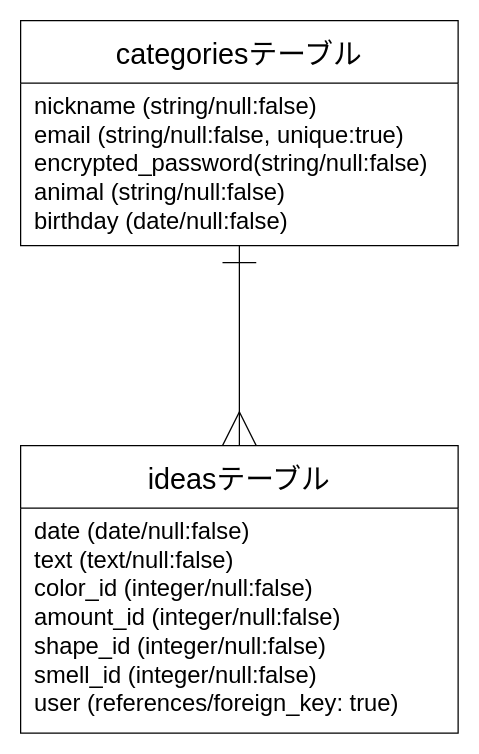
The draw.io diagram ideas.dio in JuntOta/ideas, before the edit. Source tidied: cells renumbered, new cells numbered last; positions are measured from the earlier drawing's top-left corner, leaving out a move shared by most shapes. Both pictures are drawn from the tidied source at 125%, with x=0, y=0 at pixel (20, 20).
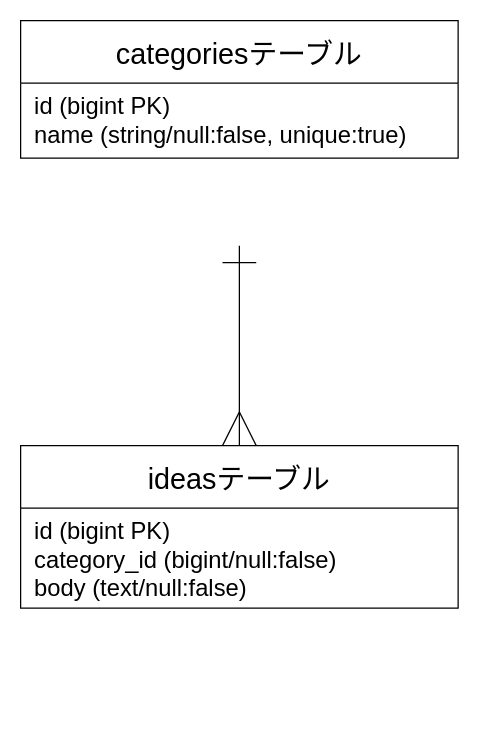
Above is the later version.

Change to the diagram source:
```diff
@@
 <mxGraphModel>
   <root>
     <mxCell id="0" />
     <mxCell id="1" parent="0" />
     <mxCell id="2" value="categoriesテーブル" style="swimlane;fontStyle=0;horizontal=1;startSize=50;align=center;fontSize=23;" parent="1" vertex="1">
-      <mxGeometry width="350" height="180" as="geometry" />
+      <mxGeometry width="350" height="110" as="geometry" />
     </mxCell>
-    <mxCell id="3" value=" nickname (string/null:false)&#10; email (string/null:false, unique:true)&#10; encrypted_password(string/null:false)&#10; animal (string/null:false)&#10; birthday (date/null:false)" style="text;strokeColor=none;fillColor=none;spacingLeft=4;spacingRight=4;overflow=hidden;fontSize=19;" parent="2" vertex="1">
-      <mxGeometry y="50" width="350" height="130" as="geometry" />
+    <mxCell id="3" value=" id (bigint PK)&#10; name (string/null:false, unique:true)" style="text;strokeColor=none;fillColor=none;spacingLeft=4;spacingRight=4;overflow=hidden;fontSize=19;" parent="2" vertex="1">
+      <mxGeometry y="50" width="350" height="60" as="geometry" />
     </mxCell>
     <mxCell id="4" value="ideasテーブル" style="swimlane;fontStyle=0;horizontal=1;startSize=50;align=center;fontSize=23;" parent="1" vertex="1">
-      <mxGeometry y="340" width="350" height="230" as="geometry" />
+      <mxGeometry y="340" width="350" height="130" as="geometry" />
     </mxCell>
-    <mxCell id="5" value=" date (date/null:false)&#10; text (text/null:false)&#10; color_id (integer/null:false)&#10; amount_id (integer/null:false)&#10; shape_id (integer/null:false)&#10; smell_id (integer/null:false)&#10; user (references/foreign_key: true)" style="text;strokeColor=none;fillColor=none;spacingLeft=4;spacingRight=4;overflow=hidden;fontSize=19;" parent="4" vertex="1">
-      <mxGeometry y="50" width="350" height="180" as="geometry" />
+    <mxCell id="5" value=" id (bigint PK)&#10; category_id (bigint/null:false)&#10; body (text/null:false)" style="text;strokeColor=none;fillColor=none;spacingLeft=4;spacingRight=4;overflow=hidden;fontSize=19;" parent="4" vertex="1">
+      <mxGeometry y="50" width="350" height="80" as="geometry" />
     </mxCell>
     <mxCell id="6" style="endArrow=ERmany;html=1;rounded=0;fontSize=23;startArrow=ERone;startFill=0;targetPerimeterSpacing=0;endSize=25;startSize=25;endFill=0;entryX=0.5;entryY=0;entryDx=0;entryDy=0;" parent="1" edge="1" target="4">
       <mxGeometry relative="1" as="geometry">
         <mxPoint x="175" y="180" as="sourcePoint" />
       </mxGeometry>
     </mxCell>
   </root>
 </mxGraphModel>
```
